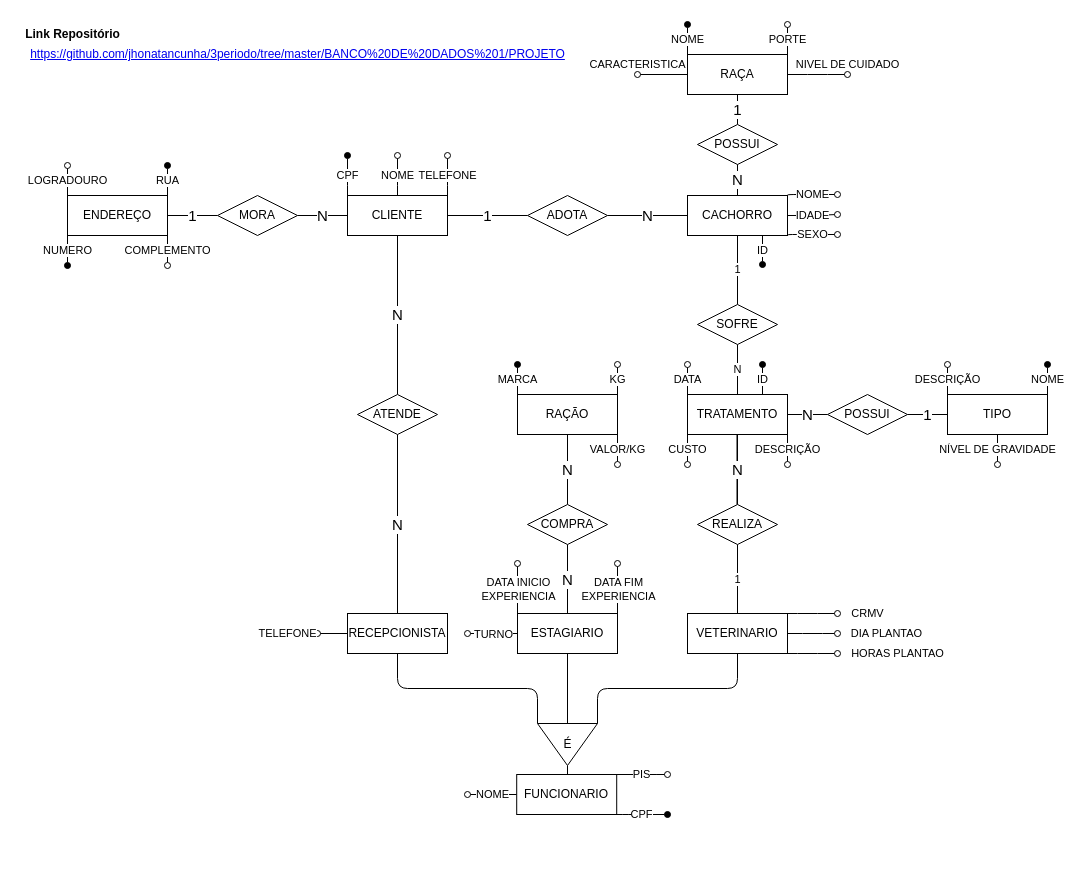
jhonatancunha/3periodo keeps this draw.io diagram as BANCO DE DADOS 1/PROJETO/PARTE 1/SISTEMA DE ADOÇÃO DE CACHORRO.drawio. Above is the earlier version. Source tidied: cells renumbered, new cells numbered last; positions are measured from the earlier drawing's top-left corner, leaving out a move shared by most shapes. Both pictures are drawn from the tidied source at 100%, with x=0, y=0 at pixel (17, 24).
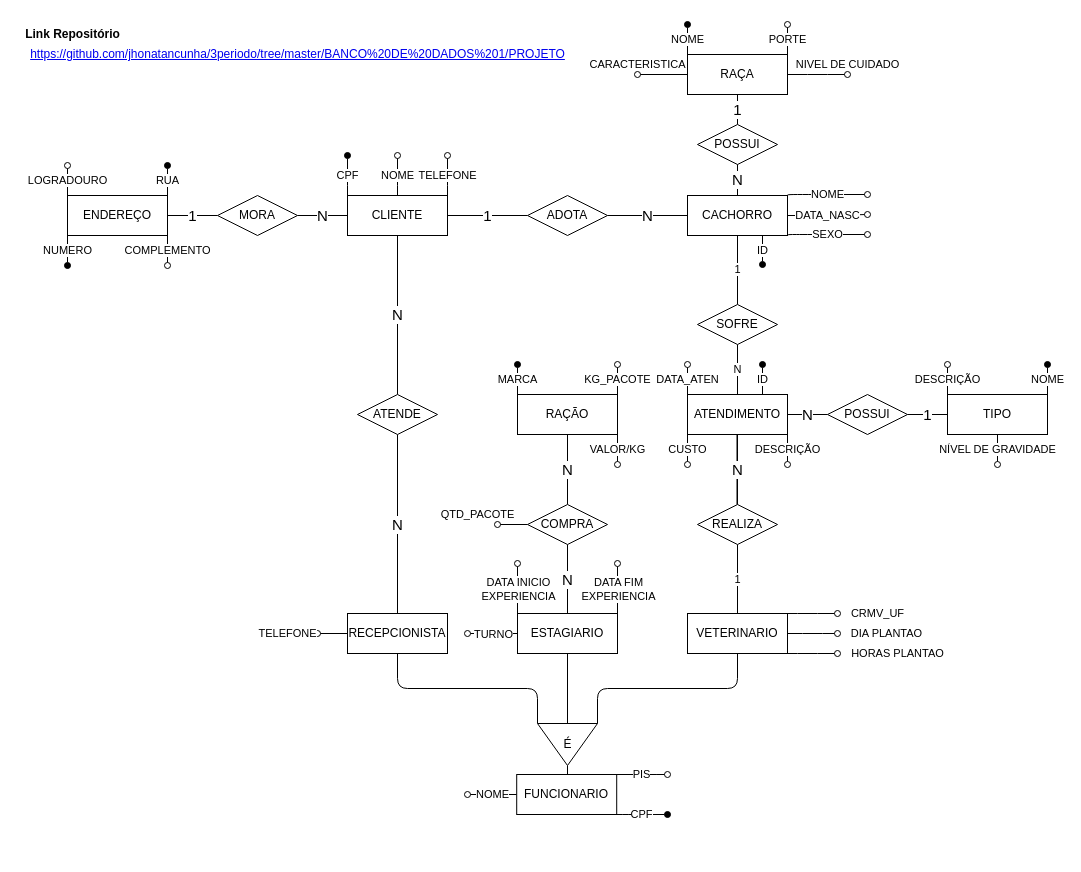
The same diagram, later.

The change refers to these unchanged cells:
```xml
<mxCell id="7" value="CACHORRO" style="whiteSpace=wrap;html=1;align=center;" parent="1" vertex="1">
  <mxGeometry x="670" y="171" width="100" height="40" as="geometry" />
</mxCell>
<mxCell id="16" value="VETERINARIO" style="whiteSpace=wrap;html=1;align=center;" parent="1" vertex="1">
  <mxGeometry x="670" y="589" width="100" height="40" as="geometry" />
</mxCell>
<mxCell id="29" value="RAÇÃO" style="whiteSpace=wrap;html=1;align=center;" parent="1" vertex="1">
  <mxGeometry x="500" y="370" width="100" height="40" as="geometry" />
</mxCell>
<mxCell id="41" value="COMPRA" style="shape=rhombus;perimeter=rhombusPerimeter;whiteSpace=wrap;html=1;align=center;" parent="1" vertex="1">
  <mxGeometry x="510" y="480" width="80" height="40" as="geometry" />
</mxCell>
```

Change to the diagram source:
```diff
@@
     <mxCell id="3" value="NOME" style="edgeStyle=orthogonalEdgeStyle;jettySize=auto;html=1;exitX=1;exitY=0;exitDx=0;exitDy=0;endArrow=oval;endFill=0;" parent="1" edge="1" source="7">
       <mxGeometry relative="1" as="geometry">
-        <mxPoint x="820" y="170" as="targetPoint" />
+        <mxPoint x="850" y="170" as="targetPoint" />
         <Array as="points">
           <mxPoint x="790" y="170" />
           <mxPoint x="790" y="170" />
         </Array>
       </mxGeometry>
     </mxCell>
-    <mxCell id="4" value="IDADE" style="edgeStyle=orthogonalEdgeStyle;jettySize=auto;html=1;exitX=1;exitY=0.5;exitDx=0;exitDy=0;endArrow=oval;endFill=0;" parent="1" edge="1" source="7">
+    <mxCell id="4" value="DATA_NASC" style="edgeStyle=orthogonalEdgeStyle;jettySize=auto;html=1;exitX=1;exitY=0.5;exitDx=0;exitDy=0;endArrow=oval;endFill=0;" parent="1" edge="1" source="7">
       <mxGeometry relative="1" as="geometry">
-        <mxPoint x="820" y="190" as="targetPoint" />
+        <mxPoint x="850" y="190" as="targetPoint" />
       </mxGeometry>
     </mxCell>
     <mxCell id="5" value="SEXO" style="edgeStyle=orthogonalEdgeStyle;jettySize=auto;html=1;exitX=1;exitY=1;exitDx=0;exitDy=0;endArrow=oval;endFill=0;" parent="1" edge="1" source="7">
       <mxGeometry relative="1" as="geometry">
-        <mxPoint x="820" y="210" as="targetPoint" />
+        <mxPoint x="850" y="210" as="targetPoint" />
         <Array as="points">
           <mxPoint x="780" y="210" />
           <mxPoint x="780" y="210" />
         </Array>
       </mxGeometry>
     </mxCell>
@@
-    <mxCell id="13" value="CRMV" style="edgeStyle=orthogonalEdgeStyle;jettySize=auto;html=1;exitX=1;exitY=0;exitDx=0;exitDy=0;endArrow=oval;endFill=0;" parent="1" edge="1" source="16">
-      <mxGeometry x="1" y="30" relative="1" as="geometry">
+    <mxCell id="13" value="CRMV_UF" style="edgeStyle=orthogonalEdgeStyle;jettySize=auto;html=1;exitX=1;exitY=0;exitDx=0;exitDy=0;endArrow=oval;endFill=0;" parent="1" edge="1" source="16">
+      <mxGeometry x="1" y="40" relative="1" as="geometry">
         <mxPoint x="820" y="589" as="targetPoint" />
         <Array as="points">
           <mxPoint x="790" y="589" />
           <mxPoint x="790" y="589" />
         </Array>
-        <mxPoint x="30" y="30" as="offset" />
+        <mxPoint x="40" y="40" as="offset" />
       </mxGeometry>
     </mxCell>
@@
-    <mxCell id="27" value="KG" style="edgeStyle=orthogonalEdgeStyle;jettySize=auto;html=1;exitX=1;exitY=0;exitDx=0;exitDy=0;endArrow=oval;endFill=0;" parent="1" edge="1" source="29">
+    <mxCell id="27" value="KG_PACOTE" style="edgeStyle=orthogonalEdgeStyle;jettySize=auto;html=1;exitX=1;exitY=0;exitDx=0;exitDy=0;endArrow=oval;endFill=0;" parent="1" edge="1" source="29">
       <mxGeometry relative="1" as="geometry">
         <mxPoint x="600" y="340" as="targetPoint" />
       </mxGeometry>
     </mxCell>
@@
+    <mxCell id="87" value="QTD_PACOTE" style="edgeStyle=orthogonalEdgeStyle;rounded=0;jettySize=auto;html=1;exitX=0;exitY=0.5;exitDx=0;exitDy=0;endArrow=oval;endFill=0;" parent="1" edge="1" source="41">
+      <mxGeometry x="1" y="-22" relative="1" as="geometry">
+        <mxPoint x="480" y="500" as="targetPoint" />
+        <mxPoint x="-20" y="12" as="offset" />
+      </mxGeometry>
+    </mxCell>
@@
-    <mxCell id="50" value="DATA" style="edgeStyle=orthogonalEdgeStyle;jettySize=auto;html=1;exitX=0;exitY=0;exitDx=0;exitDy=0;endArrow=oval;endFill=0;" parent="1" edge="1" source="55">
+    <mxCell id="50" value="DATA_ATEN" style="edgeStyle=orthogonalEdgeStyle;jettySize=auto;html=1;exitX=0;exitY=0;exitDx=0;exitDy=0;endArrow=oval;endFill=0;" parent="1" edge="1" source="55">
       <mxGeometry relative="1" as="geometry">
         <mxPoint x="670" y="340" as="targetPoint" />
       </mxGeometry>
     </mxCell>
@@
-    <mxCell id="55" value="TRATAMENTO" style="whiteSpace=wrap;html=1;align=center;" parent="1" vertex="1">
+    <mxCell id="55" value="ATENDIMENTO" style="whiteSpace=wrap;html=1;align=center;" parent="1" vertex="1">
       <mxGeometry x="670" y="370" width="100" height="40" as="geometry" />
     </mxCell>
```
